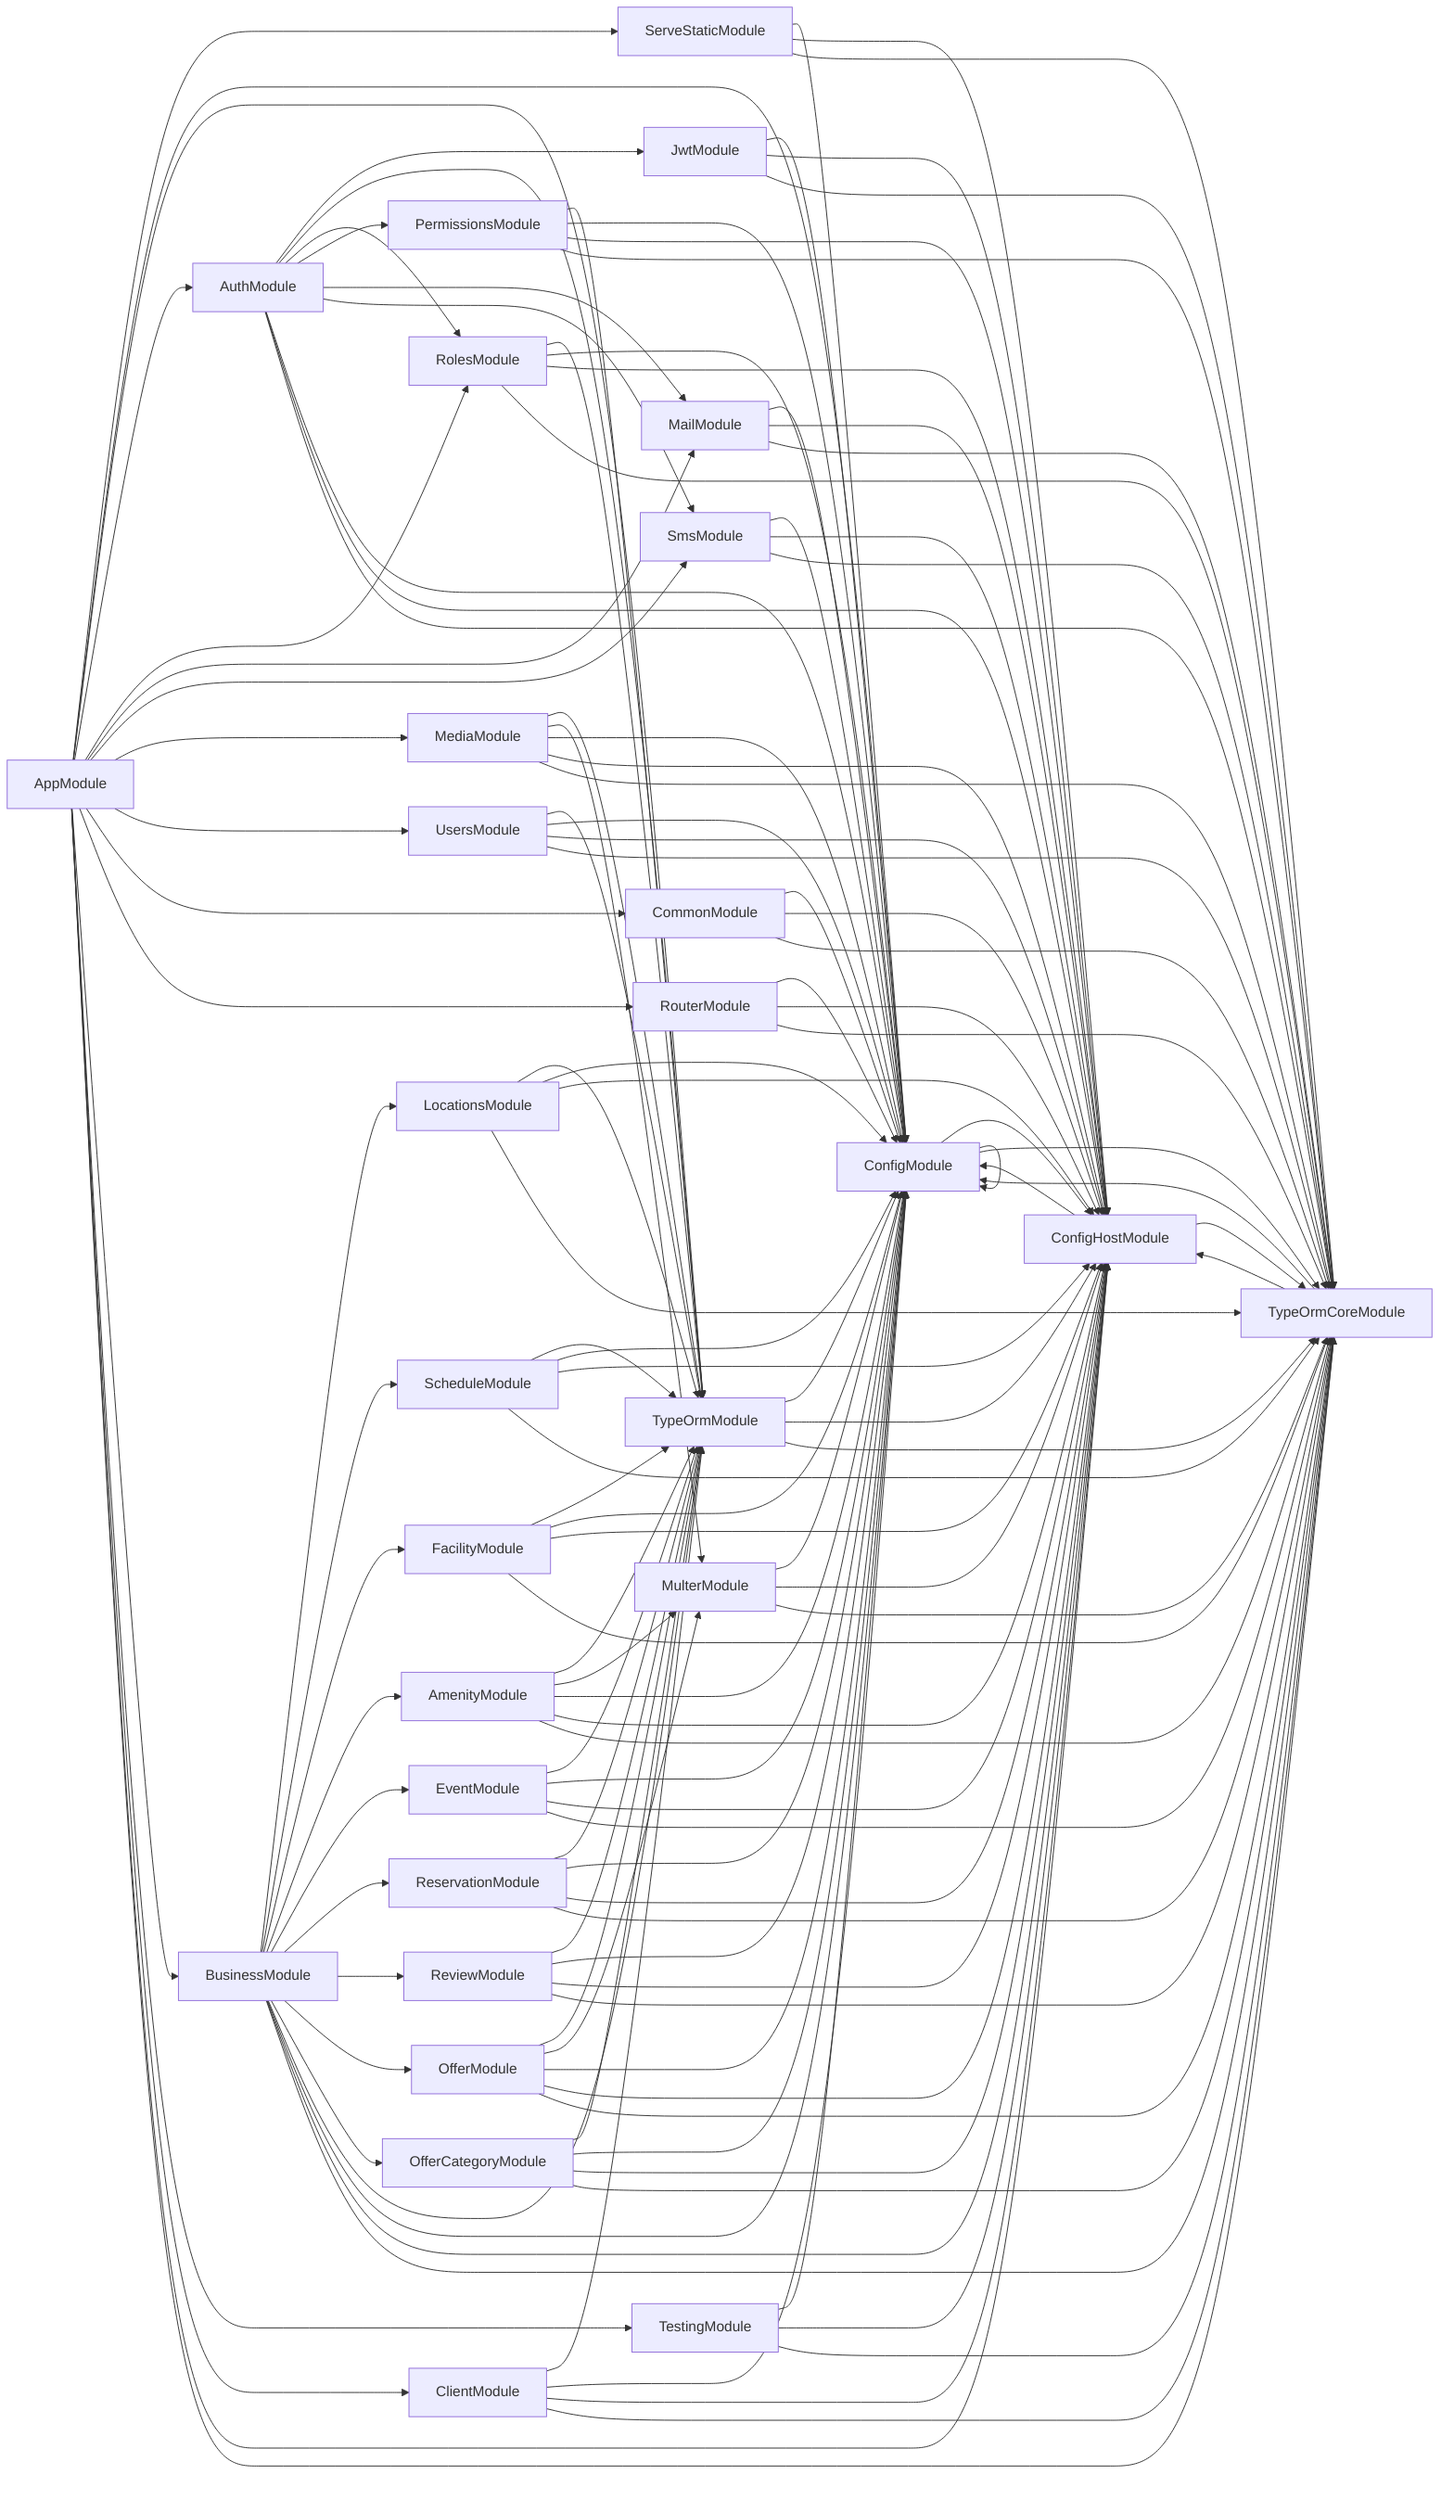
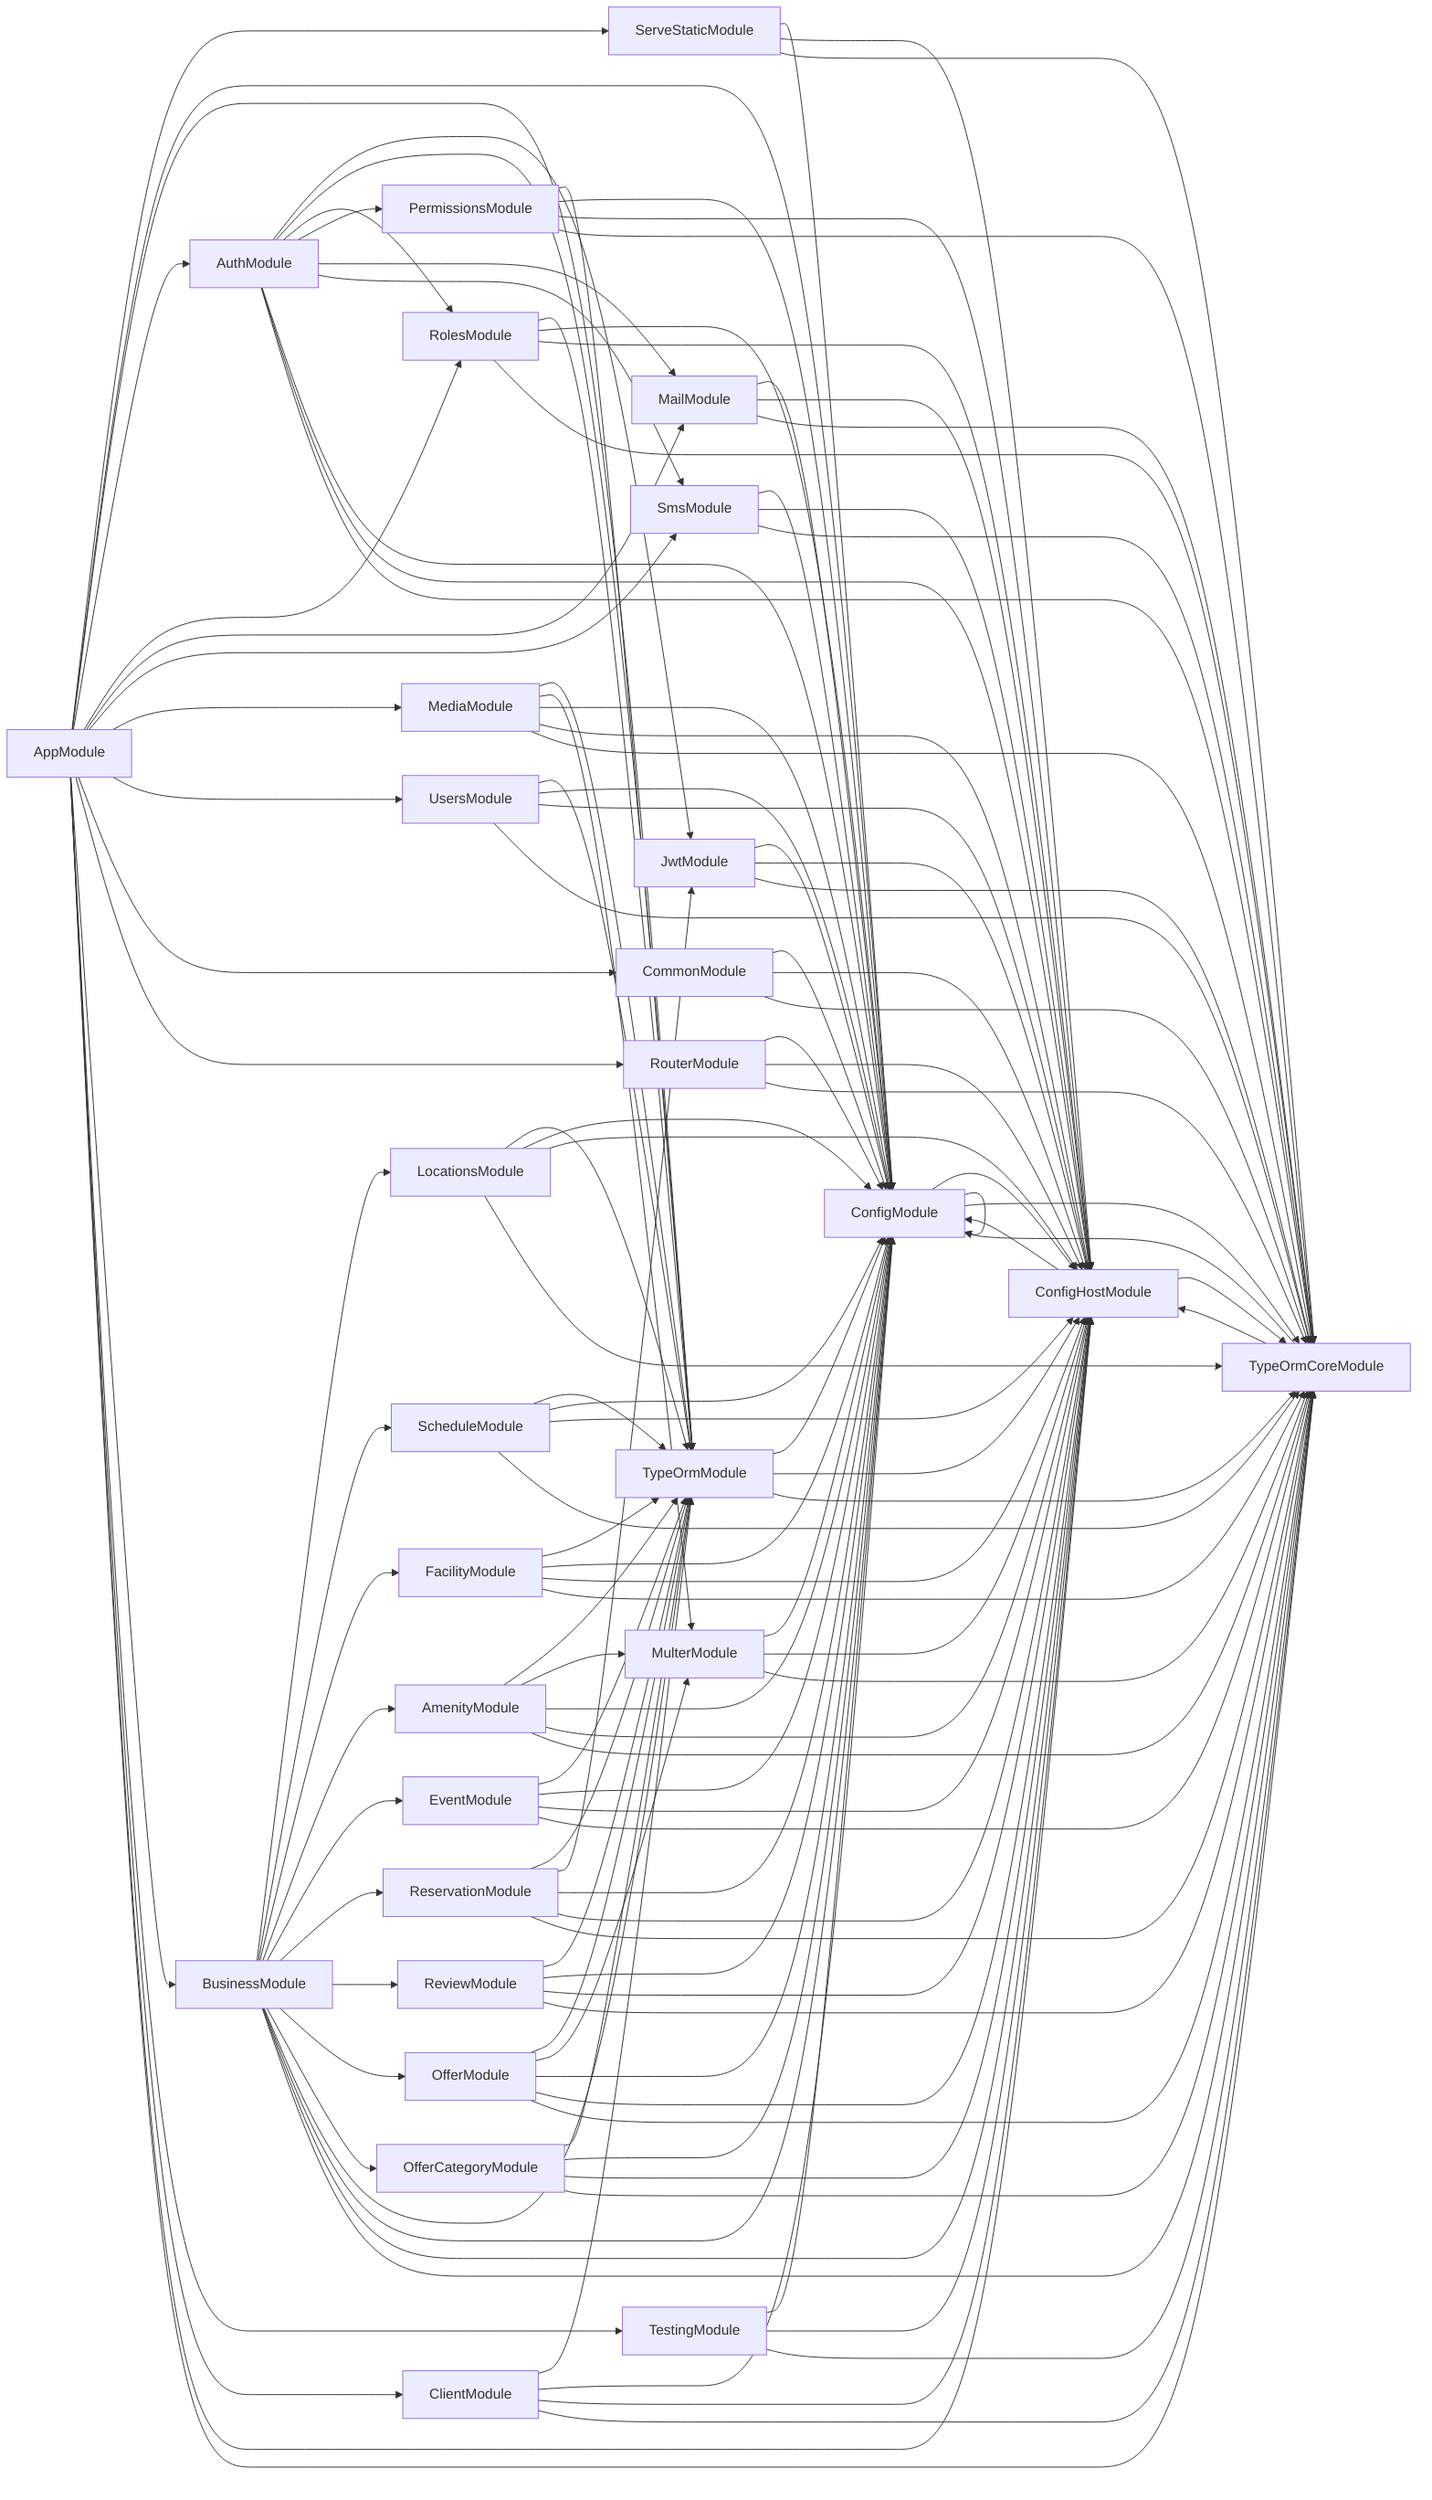
graph LR
  AppModule --> ServeStaticModule
  ServeStaticModule --> ConfigModule
  ConfigModule --> ConfigHostModule
  ConfigHostModule --> ConfigModule
  ConfigHostModule --> TypeOrmCoreModule
  TypeOrmCoreModule --> ConfigModule
  TypeOrmCoreModule --> ConfigHostModule
  ConfigModule --> ConfigModule
  ConfigModule --> TypeOrmCoreModule
  ServeStaticModule --> ConfigHostModule
  ServeStaticModule --> TypeOrmCoreModule
  AppModule --> ConfigModule
  AppModule --> TypeOrmModule
  TypeOrmModule --> ConfigModule
  TypeOrmModule --> ConfigHostModule
  TypeOrmModule --> TypeOrmCoreModule
  AppModule --> AuthModule
  AuthModule --> JwtModule
  JwtModule --> ConfigModule
  JwtModule --> ConfigHostModule
  JwtModule --> TypeOrmCoreModule
  AuthModule --> TypeOrmModule
  AuthModule --> RolesModule
  RolesModule --> TypeOrmModule
  RolesModule --> ConfigModule
  RolesModule --> ConfigHostModule
  RolesModule --> TypeOrmCoreModule
  AuthModule --> PermissionsModule
  PermissionsModule --> TypeOrmModule
  PermissionsModule --> ConfigModule
  PermissionsModule --> ConfigHostModule
  PermissionsModule --> TypeOrmCoreModule
  AuthModule --> MailModule
  MailModule --> ConfigModule
  MailModule --> ConfigHostModule
  MailModule --> TypeOrmCoreModule
  AuthModule --> SmsModule
  SmsModule --> ConfigModule
  SmsModule --> ConfigHostModule
  SmsModule --> TypeOrmCoreModule
  AuthModule --> ConfigModule
  AuthModule --> ConfigHostModule
  AuthModule --> TypeOrmCoreModule
  AppModule --> RolesModule
  AppModule --> MailModule
  AppModule --> SmsModule
  AppModule --> MediaModule
  MediaModule --> TypeOrmModule
  MediaModule --> MulterModule
  MulterModule --> ConfigModule
  MulterModule --> ConfigHostModule
  MulterModule --> TypeOrmCoreModule
  MediaModule --> ConfigModule
  MediaModule --> ConfigHostModule
  MediaModule --> TypeOrmCoreModule
  AppModule --> UsersModule
  UsersModule --> TypeOrmModule
  UsersModule --> ConfigModule
  UsersModule --> ConfigHostModule
  UsersModule --> TypeOrmCoreModule
  AppModule --> CommonModule
  CommonModule --> ConfigModule
  CommonModule --> ConfigHostModule
  CommonModule --> TypeOrmCoreModule
  AppModule --> RouterModule
  RouterModule --> ConfigModule
  RouterModule --> ConfigHostModule
  RouterModule --> TypeOrmCoreModule
  AppModule --> BusinessModule
  BusinessModule --> LocationsModule
  LocationsModule --> TypeOrmModule
  LocationsModule --> ConfigModule
  LocationsModule --> ConfigHostModule
  LocationsModule --> TypeOrmCoreModule
  BusinessModule --> ScheduleModule
  ScheduleModule --> TypeOrmModule
  ScheduleModule --> ConfigModule
  ScheduleModule --> ConfigHostModule
  ScheduleModule --> TypeOrmCoreModule
  BusinessModule --> FacilityModule
  FacilityModule --> TypeOrmModule
  FacilityModule --> ConfigModule
  FacilityModule --> ConfigHostModule
  FacilityModule --> TypeOrmCoreModule
  BusinessModule --> AmenityModule
  AmenityModule --> TypeOrmModule
  AmenityModule --> MulterModule
  AmenityModule --> ConfigModule
  AmenityModule --> ConfigHostModule
  AmenityModule --> TypeOrmCoreModule
  BusinessModule --> EventModule
  EventModule --> TypeOrmModule
  EventModule --> ConfigModule
  EventModule --> ConfigHostModule
  EventModule --> TypeOrmCoreModule
  BusinessModule --> ReservationModule
  ReservationModule --> TypeOrmModule
+   ReservationModule --> JwtModule
  ReservationModule --> ConfigModule
  ReservationModule --> ConfigHostModule
  ReservationModule --> TypeOrmCoreModule
  BusinessModule --> ReviewModule
  ReviewModule --> TypeOrmModule
  ReviewModule --> ConfigModule
  ReviewModule --> ConfigHostModule
  ReviewModule --> TypeOrmCoreModule
  BusinessModule --> OfferModule
  OfferModule --> TypeOrmModule
  OfferModule --> MulterModule
  OfferModule --> ConfigModule
  OfferModule --> ConfigHostModule
  OfferModule --> TypeOrmCoreModule
  BusinessModule --> OfferCategoryModule
  OfferCategoryModule --> TypeOrmModule
  OfferCategoryModule --> ConfigModule
  OfferCategoryModule --> ConfigHostModule
  OfferCategoryModule --> TypeOrmCoreModule
  BusinessModule --> TypeOrmModule
  BusinessModule --> ConfigModule
  BusinessModule --> ConfigHostModule
  BusinessModule --> TypeOrmCoreModule
  AppModule --> TestingModule
  TestingModule --> ConfigModule
  TestingModule --> ConfigHostModule
  TestingModule --> TypeOrmCoreModule
  AppModule --> ClientModule
  ClientModule --> TypeOrmModule
  ClientModule --> ConfigModule
  ClientModule --> ConfigHostModule
  ClientModule --> TypeOrmCoreModule
  AppModule --> ConfigHostModule
  AppModule --> TypeOrmCoreModule
